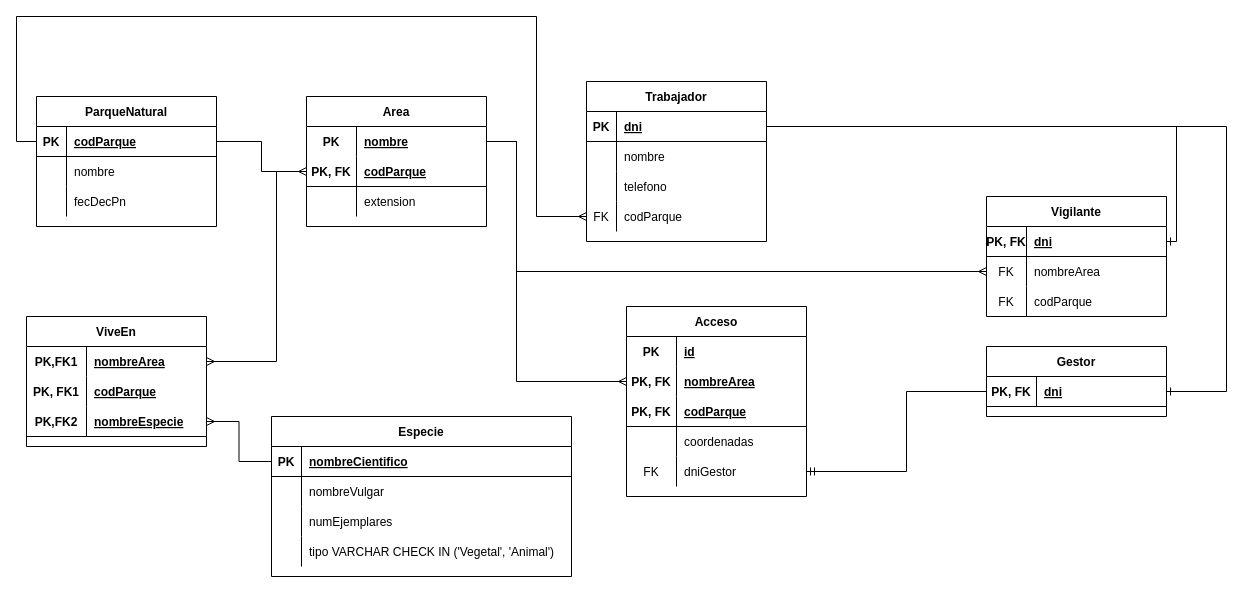
Above: BBDD/Tema 8/ejercicioEvaluacion2.drawio in PedroPuertasR/1DAM.EV2 (draw.io), before the change. Source tidied: cells renumbered, new cells numbered last; positions are measured from the earlier drawing's top-left corner, leaving out a move shared by most shapes. Both pictures are drawn from the tidied source at 100%, with x=0, y=0 at pixel (16, 16).
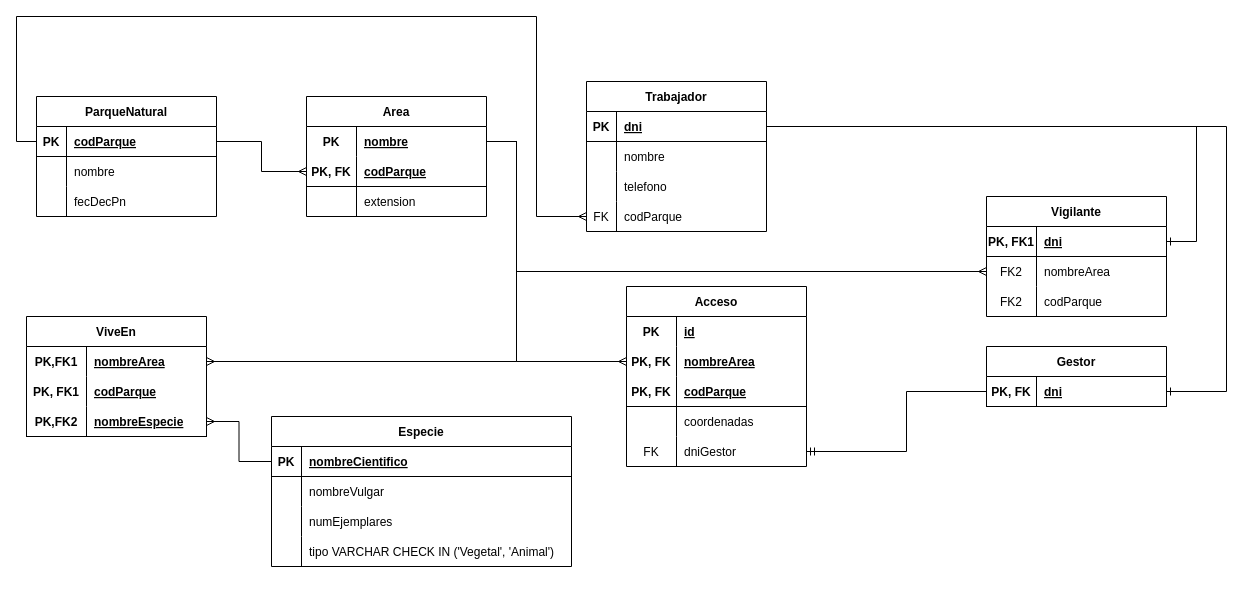
Above is the later version.

Commit message (it also covers changes not shown here):
Solución prueba 2 tema 8 BBDD

Unchanged cells that the change refers to:
```xml
<mxCell id="3" style="shape=tableRow;horizontal=0;startSize=0;swimlaneHead=0;swimlaneBody=0;fillColor=none;points=[[0,0.5],[1,0.5]];portConstraint=eastwest;top=0;left=0;right=0;bottom=1;" parent="2" vertex="1">
  <mxGeometry y="30" width="180" height="30" as="geometry" />
</mxCell>
<mxCell id="26" style="shape=tableRow;horizontal=0;startSize=0;swimlaneHead=0;swimlaneBody=0;fillColor=none;points=[[0,0.5],[1,0.5]];portConstraint=eastwest;top=0;left=0;right=0;bottom=1;strokeColor=none;" parent="25" vertex="1">
  <mxGeometry y="30" width="180" height="30" as="geometry" />
</mxCell>
<mxCell id="29" style="shape=tableRow;horizontal=0;startSize=0;swimlaneHead=0;swimlaneBody=0;fillColor=none;points=[[0,0.5],[1,0.5]];portConstraint=eastwest;top=0;left=0;right=0;bottom=1;strokeColor=default;" parent="25" vertex="1">
  <mxGeometry y="60" width="180" height="30" as="geometry" />
</mxCell>
<mxCell id="51" style="shape=tableRow;horizontal=0;startSize=0;swimlaneHead=0;swimlaneBody=0;fillColor=none;points=[[0,0.5],[1,0.5]];portConstraint=eastwest;top=0;left=0;right=0;bottom=0;strokeColor=default;" parent="50" vertex="1">
  <mxGeometry y="30" width="180" height="30" as="geometry" />
</mxCell>
<mxCell id="63" style="shape=tableRow;horizontal=0;startSize=0;swimlaneHead=0;swimlaneBody=0;fillColor=none;points=[[0,0.5],[1,0.5]];portConstraint=eastwest;top=0;left=0;right=0;bottom=1;strokeColor=default;" parent="62" vertex="1">
  <mxGeometry y="30" width="180" height="30" as="geometry" />
</mxCell>
<mxCell id="67" style="shape=tableRow;horizontal=0;startSize=0;swimlaneHead=0;swimlaneBody=0;fillColor=none;points=[[0,0.5],[1,0.5]];portConstraint=eastwest;top=0;left=0;right=0;bottom=1;strokeColor=default;" parent="66" vertex="1">
  <mxGeometry y="30" width="180" height="30" as="geometry" />
</mxCell>
<mxCell id="70" style="shape=tableRow;horizontal=0;startSize=0;swimlaneHead=0;swimlaneBody=0;fillColor=none;points=[[0,0.5],[1,0.5]];portConstraint=eastwest;top=0;left=0;right=0;bottom=0;strokeColor=default;" parent="66" vertex="1">
  <mxGeometry y="60" width="180" height="30" as="geometry" />
</mxCell>
<mxCell id="73" style="shape=tableRow;horizontal=0;startSize=0;swimlaneHead=0;swimlaneBody=0;fillColor=none;top=0;left=0;right=0;bottom=0;strokeColor=default;" parent="66" vertex="1">
  <mxGeometry y="90" width="180" height="30" as="geometry" />
</mxCell>
<mxCell id="82" style="shape=tableRow;horizontal=0;startSize=0;swimlaneHead=0;swimlaneBody=0;fillColor=none;points=[[0,0.5],[1,0.5]];portConstraint=eastwest;top=0;left=0;right=0;bottom=1;strokeColor=none;" parent="78" vertex="1">
  <mxGeometry y="60" width="180" height="30" as="geometry" />
</mxCell>
<mxCell id="91" style="shape=tableRow;horizontal=0;startSize=0;swimlaneHead=0;swimlaneBody=0;fillColor=none;points=[[0,0.5],[1,0.5]];portConstraint=eastwest;top=0;left=0;right=0;bottom=0;strokeColor=default;" parent="78" vertex="1">
  <mxGeometry y="150" width="180" height="30" as="geometry" />
</mxCell>
```

Change to the diagram source:
```diff
@@
     <mxCell id="2" value="Trabajador" style="shape=table;startSize=30;childLayout=tableLayout;rowLines=0;fontStyle=1;align=center;" parent="1" vertex="1">
-      <mxGeometry x="570" y="65" width="180" height="160" as="geometry" />
+      <mxGeometry x="570" y="65" width="180" height="150" as="geometry" />
     </mxCell>
@@
     <mxCell id="15" value="ParqueNatural" style="shape=table;startSize=30;childLayout=tableLayout;rowLines=0;fontStyle=1;align=center;" parent="1" vertex="1">
-      <mxGeometry x="20" y="80" width="180" height="130" as="geometry" />
+      <mxGeometry x="20" y="80" width="180" height="120" as="geometry" />
     </mxCell>
@@
     <mxCell id="25" value="Area" style="shape=table;startSize=30;childLayout=tableLayout;rowLines=0;fontStyle=1;align=center;" parent="1" vertex="1">
-      <mxGeometry x="290" y="80" width="180" height="130" as="geometry" />
+      <mxGeometry x="290" y="80" width="180" height="120" as="geometry" />
     </mxCell>
@@
     <mxCell id="37" value="Especie" style="shape=table;startSize=30;childLayout=tableLayout;rowLines=0;fontStyle=1;align=center;strokeColor=default;" parent="1" vertex="1">
-      <mxGeometry x="255" y="400" width="300" height="160" as="geometry" />
+      <mxGeometry x="255" y="400" width="300" height="150" as="geometry" />
     </mxCell>
@@
     <mxCell id="50" value="ViveEn" style="shape=table;startSize=30;childLayout=tableLayout;rowLines=0;fontStyle=1;align=center;strokeColor=default;" parent="1" vertex="1">
-      <mxGeometry x="10" y="300" width="180" height="130" as="geometry" />
+      <mxGeometry x="10" y="300" width="180" height="120" as="geometry" />
     </mxCell>
@@
-    <mxCell id="60" style="edgeStyle=orthogonalEdgeStyle;fontSize=12;html=1;endArrow=ERmany;rounded=0;exitX=0;exitY=0.5;exitDx=0;exitDy=0;" parent="1" edge="1" source="29" target="51">
+    <mxCell id="60" style="edgeStyle=orthogonalEdgeStyle;fontSize=12;html=1;endArrow=ERmany;rounded=0;exitX=1;exitY=0.5;exitDx=0;exitDy=0;" parent="1" edge="1" source="26" target="51">
       <mxGeometry relative="1" as="geometry">
         <Array as="points">
-          <mxPoint x="260" y="155" />
-          <mxPoint x="260" y="345" />
+          <mxPoint x="500" y="125" />
+          <mxPoint x="500" y="345" />
         </Array>
       </mxGeometry>
     </mxCell>
@@
     <mxCell id="62" value="Gestor" style="shape=table;startSize=30;childLayout=tableLayout;rowLines=0;fontStyle=1;align=center;strokeColor=default;" parent="1" vertex="1">
-      <mxGeometry x="970" y="330" width="180" height="70" as="geometry" />
+      <mxGeometry x="970" y="330" width="180" height="60" as="geometry" />
     </mxCell>
@@
-    <mxCell id="68" value="PK, FK" style="shape=partialRectangle;fillColor=none;top=0;left=0;bottom=0;right=0;fontStyle=1;overflow=hidden;strokeColor=default;" parent="67" vertex="1">
-      <mxGeometry width="40" height="30" as="geometry" />
+    <mxCell id="68" value="PK, FK1" style="shape=partialRectangle;fillColor=none;top=0;left=0;bottom=0;right=0;fontStyle=1;overflow=hidden;strokeColor=default;" parent="67" vertex="1">
+      <mxGeometry width="50" height="30" as="geometry" />
     </mxCell>
     <mxCell id="69" value="dni" style="shape=partialRectangle;fillColor=none;top=0;left=0;bottom=0;right=0;align=left;spacingLeft=6;fontStyle=5;overflow=hidden;strokeColor=default;" parent="67" vertex="1">
-      <mxGeometry x="40" width="140" height="30" as="geometry" />
+      <mxGeometry x="50" width="130" height="30" as="geometry" />
     </mxCell>
@@
-    <mxCell id="71" value="FK" style="shape=partialRectangle;fillColor=none;top=0;left=0;bottom=0;right=0;fontStyle=0;overflow=hidden;strokeColor=default;" parent="70" vertex="1">
-      <mxGeometry width="40" height="30" as="geometry" />
+    <mxCell id="71" value="FK2" style="shape=partialRectangle;fillColor=none;top=0;left=0;bottom=0;right=0;fontStyle=0;overflow=hidden;strokeColor=default;" parent="70" vertex="1">
+      <mxGeometry width="50" height="30" as="geometry" />
     </mxCell>
     <mxCell id="72" value="nombreArea" style="shape=partialRectangle;fillColor=none;top=0;left=0;bottom=0;right=0;align=left;spacingLeft=6;fontStyle=0;overflow=hidden;strokeColor=default;" parent="70" vertex="1">
-      <mxGeometry x="40" width="140" height="30" as="geometry" />
+      <mxGeometry x="50" width="130" height="30" as="geometry" />
     </mxCell>
@@
-    <mxCell id="74" value="FK" style="shape=partialRectangle;fillColor=none;top=0;left=0;bottom=0;right=0;fontStyle=0;overflow=hidden;strokeColor=default;" parent="73" vertex="1">
-      <mxGeometry width="40" height="30" as="geometry" />
+    <mxCell id="74" value="FK2" style="shape=partialRectangle;fillColor=none;top=0;left=0;bottom=0;right=0;fontStyle=0;overflow=hidden;strokeColor=default;" parent="73" vertex="1">
+      <mxGeometry width="50" height="30" as="geometry" />
     </mxCell>
     <mxCell id="75" value="codParque" style="shape=partialRectangle;fillColor=none;top=0;left=0;bottom=0;right=0;align=left;spacingLeft=6;fontStyle=0;overflow=hidden;strokeColor=default;" parent="73" vertex="1">
-      <mxGeometry x="40" width="140" height="30" as="geometry" />
+      <mxGeometry x="50" width="130" height="30" as="geometry" />
     </mxCell>
@@
     <mxCell id="77" style="edgeStyle=orthogonalEdgeStyle;fontSize=12;html=1;endArrow=ERone;endFill=1;rounded=0;entryX=1;entryY=0.5;entryDx=0;entryDy=0;exitX=1;exitY=0.5;exitDx=0;exitDy=0;" parent="1" edge="1" source="3" target="67">
-      <mxGeometry relative="1" as="geometry" />
+      <mxGeometry relative="1" as="geometry">
+        <Array as="points">
+          <mxPoint x="1180" y="110" />
+          <mxPoint x="1180" y="225" />
+        </Array>
+      </mxGeometry>
     </mxCell>
     <mxCell id="78" value="Acceso" style="shape=table;startSize=30;childLayout=tableLayout;rowLines=0;fontStyle=1;align=center;strokeColor=default;" parent="1" vertex="1">
-      <mxGeometry x="610" y="290" width="180" height="190" as="geometry" />
+      <mxGeometry x="610" y="270" width="180" height="180" as="geometry" />
     </mxCell>
@@
     <mxCell id="94" style="edgeStyle=orthogonalEdgeStyle;fontSize=12;html=1;endArrow=ERmany;rounded=0;entryX=0;entryY=0.5;entryDx=0;entryDy=0;exitX=1;exitY=0.5;exitDx=0;exitDy=0;" parent="1" edge="1" source="26" target="82">
       <mxGeometry relative="1" as="geometry">
         <Array as="points">
           <mxPoint x="500" y="125" />
-          <mxPoint x="500" y="365" />
+          <mxPoint x="500" y="345" />
         </Array>
       </mxGeometry>
     </mxCell>
     <mxCell id="95" style="edgeStyle=orthogonalEdgeStyle;fontSize=12;html=1;endArrow=ERmandOne;rounded=0;entryX=1;entryY=0.5;entryDx=0;entryDy=0;exitX=0;exitY=0.5;exitDx=0;exitDy=0;" parent="1" edge="1" source="63" target="91">
       <mxGeometry relative="1" as="geometry">
         <Array as="points">
           <mxPoint x="890" y="375" />
-          <mxPoint x="890" y="455" />
+          <mxPoint x="890" y="435" />
         </Array>
       </mxGeometry>
     </mxCell>
```
